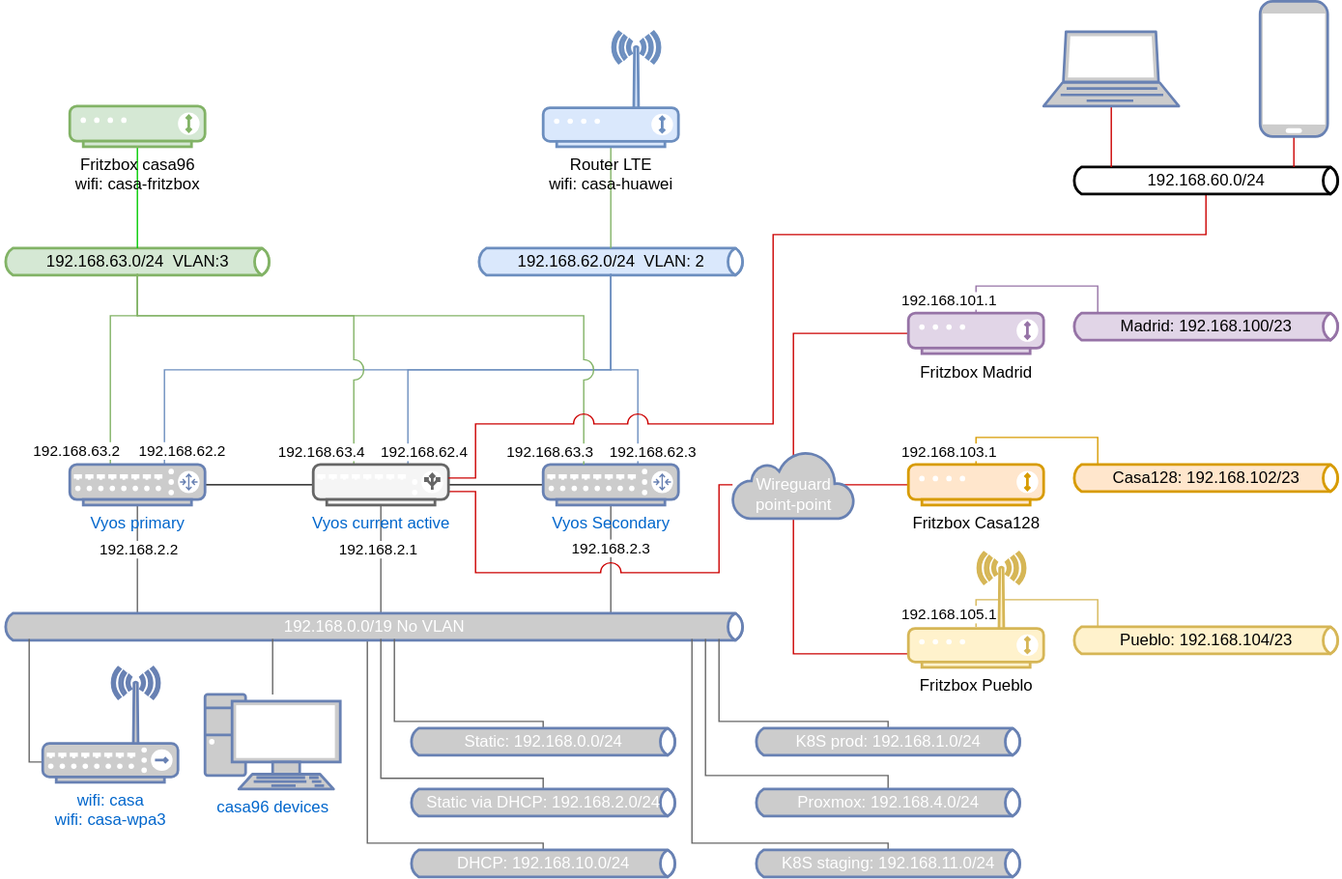
angelnu/infrastructure keeps this draw.io diagram as docs/pictures/home-network.drawio.svg. Above is the earlier version. Source tidied: cells renumbered, new cells last; positions are measured from the earlier drawing's top-left corner, leaving out a move shared by most shapes.
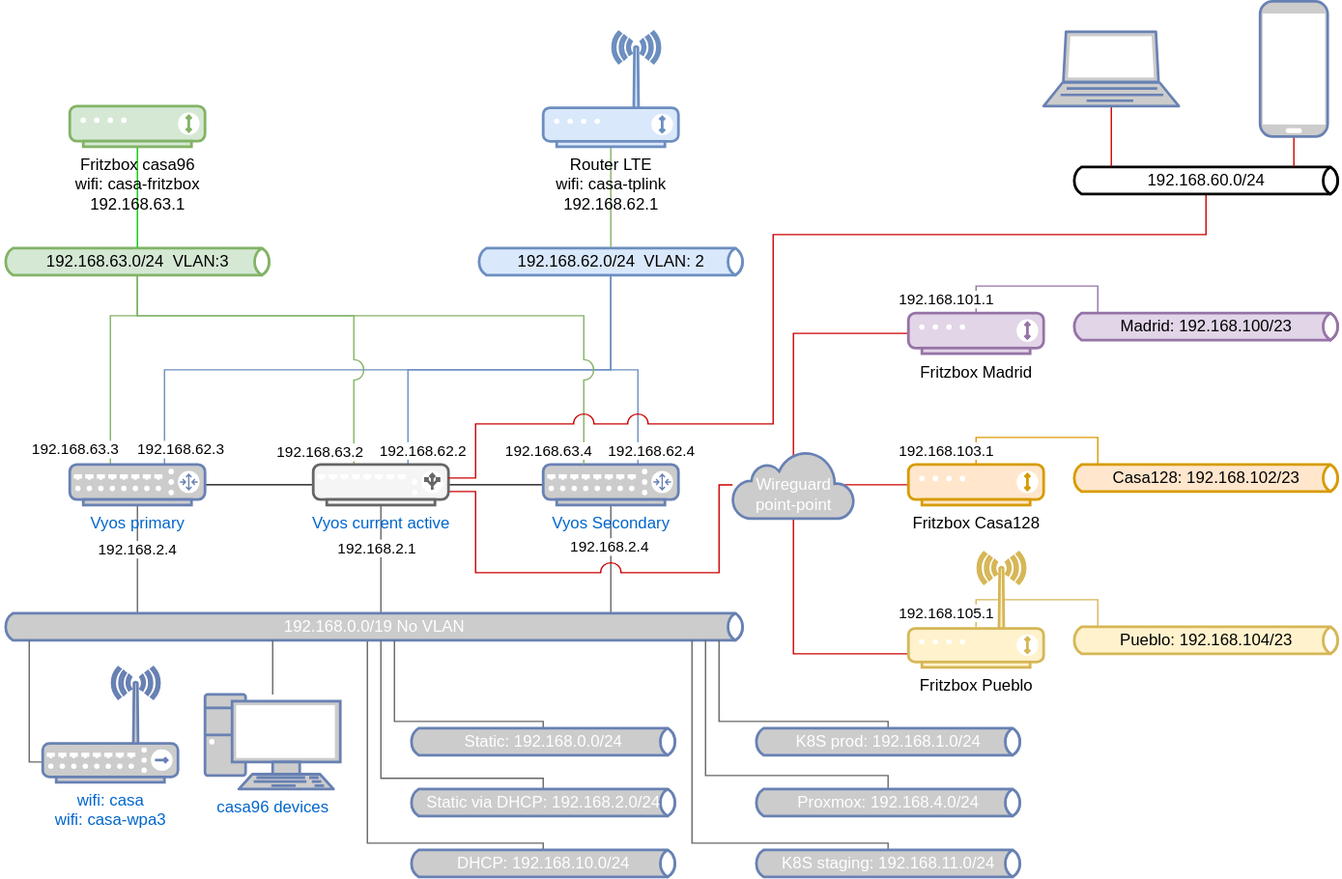
Later version of the same file.

Change to the diagram source:
```diff
@@ -14,7 +14,7 @@
         </Array>
       </mxGeometry>
     </mxCell>
-    <mxCell id="4" value="192.168.62.3" style="edgeLabel;html=1;align=center;verticalAlign=middle;" parent="3" vertex="1">
+    <mxCell id="4" value="192.168.62.4" style="edgeLabel;html=1;align=center;verticalAlign=middle;" parent="3" vertex="1">
       <mxGeometry x="0.64" y="1" relative="1" as="geometry">
         <mxPoint x="9" y="2" as="offset" />
       </mxGeometry>
@@ -25,13 +25,13 @@
     <mxCell id="6" style="edgeStyle=orthogonalEdgeStyle;rounded=0;jettySize=auto;html=1;endArrow=none;endFill=0;fillColor=#d5e8d4;strokeColor=#82b366;" parent="1" edge="1" source="7" target="5">
       <mxGeometry relative="1" as="geometry" />
     </mxCell>
-    <mxCell id="7" value="Router LTE&lt;br&gt;&lt;div&gt;wifi: casa-huawei&lt;/div&gt;" style="verticalAlign=top;verticalLabelPosition=bottom;labelPosition=center;align=center;html=1;outlineConnect=0;fillColor=#dae8fc;strokeColor=#6c8ebf;gradientDirection=north;strokeWidth=2;shape=mxgraph.networks.wireless_modem;" parent="1" vertex="1">
+    <mxCell id="7" value="Router LTE&lt;br&gt;&lt;div&gt;wifi: casa-tplink&lt;/div&gt;&lt;div&gt;192.168.62.1&lt;/div&gt;" style="verticalAlign=top;verticalLabelPosition=bottom;labelPosition=center;align=center;html=1;outlineConnect=0;fillColor=#dae8fc;strokeColor=#6c8ebf;gradientDirection=north;strokeWidth=2;shape=mxgraph.networks.wireless_modem;" parent="1" vertex="1">
       <mxGeometry x="400" y="22" width="100" height="85" as="geometry" />
     </mxCell>
     <mxCell id="8" style="edgeStyle=orthogonalEdgeStyle;rounded=0;jettySize=auto;html=1;endArrow=none;endFill=0;strokeColor=#00CC00;" parent="1" edge="1" source="9" target="2">
       <mxGeometry relative="1" as="geometry" />
     </mxCell>
-    <mxCell id="9" value="Fritzbox casa96&lt;br&gt;wifi: casa-fritzbox" style="verticalAlign=top;verticalLabelPosition=bottom;labelPosition=center;align=center;html=1;outlineConnect=0;fillColor=#d5e8d4;strokeColor=#82b366;gradientDirection=north;strokeWidth=2;shape=mxgraph.networks.modem;" parent="1" vertex="1">
+    <mxCell id="9" value="Fritzbox casa96&lt;br&gt;wifi: casa-fritzbox&lt;br&gt;192.168.63.1" style="verticalAlign=top;verticalLabelPosition=bottom;labelPosition=center;align=center;html=1;outlineConnect=0;fillColor=#d5e8d4;strokeColor=#82b366;gradientDirection=north;strokeWidth=2;shape=mxgraph.networks.modem;" parent="1" vertex="1">
       <mxGeometry x="50" y="77" width="100" height="30" as="geometry" />
     </mxCell>
     <mxCell id="10" style="edgeStyle=orthogonalEdgeStyle;rounded=0;jumpStyle=arc;jumpSize=15;jettySize=auto;html=1;entryX=1;entryY=0.5;entryDx=0;entryDy=0;entryPerimeter=0;endArrow=none;endFill=0;" parent="1" edge="1" source="14" target="29">
@@ -45,7 +45,7 @@
         </Array>
       </mxGeometry>
     </mxCell>
-    <mxCell id="12" value="192.168.2.3" style="edgeLabel;html=1;align=center;verticalAlign=middle;" parent="11" vertex="1">
+    <mxCell id="12" value="192.168.2.4" style="edgeLabel;html=1;align=center;verticalAlign=middle;" parent="11" vertex="1">
       <mxGeometry x="-0.2" y="-1" relative="1" as="geometry">
         <mxPoint y="-1" as="offset" />
       </mxGeometry>
@@ -71,7 +71,7 @@
         </Array>
       </mxGeometry>
     </mxCell>
-    <mxCell id="16" value="192.168.63.2" style="edgeLabel;html=1;align=center;verticalAlign=middle;" parent="15" vertex="1">
+    <mxCell id="16" value="192.168.63.3" style="edgeLabel;html=1;align=center;verticalAlign=middle;" parent="15" vertex="1">
       <mxGeometry x="-0.87" y="2" relative="1" as="geometry">
         <mxPoint x="-24" y="-1" as="offset" />
       </mxGeometry>
@@ -84,7 +84,7 @@
         </Array>
       </mxGeometry>
     </mxCell>
-    <mxCell id="18" value="192.168.62.2" style="edgeLabel;html=1;align=center;verticalAlign=middle;" parent="17" vertex="1">
+    <mxCell id="18" value="192.168.62.3" style="edgeLabel;html=1;align=center;verticalAlign=middle;" parent="17" vertex="1">
       <mxGeometry x="-0.94" y="2" relative="1" as="geometry">
         <mxPoint x="14" y="2" as="offset" />
       </mxGeometry>
@@ -100,7 +100,7 @@
         </Array>
       </mxGeometry>
     </mxCell>
-    <mxCell id="21" value="192.168.2.2" style="edgeLabel;html=1;align=center;verticalAlign=middle;" parent="20" vertex="1">
+    <mxCell id="21" value="192.168.2.4" style="edgeLabel;html=1;align=center;verticalAlign=middle;" parent="20" vertex="1">
       <mxGeometry x="-0.24" relative="1" as="geometry">
         <mxPoint y="2" as="offset" />
       </mxGeometry>
@@ -116,7 +116,7 @@
         </Array>
       </mxGeometry>
     </mxCell>
-    <mxCell id="24" value="&lt;div&gt;192.168.62.4&lt;/div&gt;" style="edgeLabel;html=1;align=center;verticalAlign=middle;" parent="23" vertex="1">
+    <mxCell id="24" value="&lt;div&gt;192.168.62.2&lt;/div&gt;" style="edgeLabel;html=1;align=center;verticalAlign=middle;" parent="23" vertex="1">
       <mxGeometry x="-0.93" y="-2" relative="1" as="geometry">
         <mxPoint x="9" as="offset" />
       </mxGeometry>
@@ -129,7 +129,7 @@
         </Array>
       </mxGeometry>
     </mxCell>
-    <mxCell id="26" value="&lt;div&gt;192.168.63.4&lt;/div&gt;" style="edgeLabel;html=1;align=center;verticalAlign=middle;" parent="25" vertex="1">
+    <mxCell id="26" value="&lt;div&gt;192.168.63.2&lt;/div&gt;" style="edgeLabel;html=1;align=center;verticalAlign=middle;" parent="25" vertex="1">
       <mxGeometry x="-0.93" y="1" relative="1" as="geometry">
         <mxPoint x="-24" as="offset" />
       </mxGeometry>
@@ -159,7 +159,7 @@
         </Array>
       </mxGeometry>
     </mxCell>
-    <mxCell id="31" value="192.168.63.3" style="edgeLabel;html=1;align=center;verticalAlign=middle;" parent="30" vertex="1">
+    <mxCell id="31" value="192.168.63.4" style="edgeLabel;html=1;align=center;verticalAlign=middle;" parent="30" vertex="1">
       <mxGeometry x="-0.96" y="2" relative="1" as="geometry">
         <mxPoint x="-24" y="-1" as="offset" />
       </mxGeometry>
```
